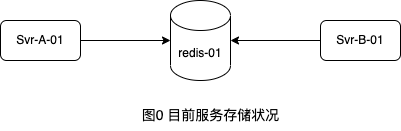
luotian-ola/data-migrate keeps this draw.io diagram as redis/step-00.png. Above is the earlier version. Source tidied: cells renumbered, new cells last; positions are measured from the earlier drawing's top-left corner, leaving out a move shared by most shapes. Its diagram source:
```xml
<mxGraphModel>
  <root>
    <mxCell id="0" />
    <mxCell id="1" parent="0" />
    <mxCell id="2" style="edgeStyle=none;html=1;fontSize=14;" parent="1" edge="1" source="3" target="6">
      <mxGeometry relative="1" as="geometry" />
    </mxCell>
    <mxCell id="3" value="Svr-A-01" style="rounded=1;whiteSpace=wrap;html=1;" parent="1" vertex="1">
      <mxGeometry y="20" width="80" height="40" as="geometry" />
    </mxCell>
    <mxCell id="4" style="edgeStyle=none;html=1;fontSize=14;" parent="1" edge="1" source="5" target="6">
      <mxGeometry relative="1" as="geometry" />
    </mxCell>
    <mxCell id="5" value="Svr-B-01" style="rounded=1;whiteSpace=wrap;html=1;" parent="1" vertex="1">
      <mxGeometry x="320" y="20" width="80" height="40" as="geometry" />
    </mxCell>
    <mxCell id="6" value="redis-01" style="shape=cylinder3;whiteSpace=wrap;html=1;boundedLbl=1;backgroundOutline=1;size=15;" parent="1" vertex="1">
      <mxGeometry x="170" width="60" height="80" as="geometry" />
    </mxCell>
    <mxCell id="7" value="图0 目前服务存储状况" style="text;html=1;align=center;verticalAlign=middle;strokeColor=none;fillColor=none;fontSize=14;" parent="1" vertex="1">
      <mxGeometry x="130" y="100" width="160" height="30" as="geometry" />
    </mxCell>
  </root>
</mxGraphModel>
```
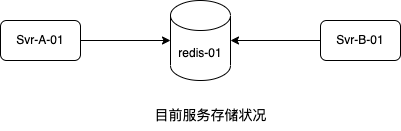
Above is the later version.

Diff of the diagram source:
```diff
@@ -17,8 +17,8 @@
     <mxCell id="6" value="redis-01" style="shape=cylinder3;whiteSpace=wrap;html=1;boundedLbl=1;backgroundOutline=1;size=15;" parent="1" vertex="1">
       <mxGeometry x="170" width="60" height="80" as="geometry" />
     </mxCell>
-    <mxCell id="7" value="图0 目前服务存储状况" style="text;html=1;align=center;verticalAlign=middle;strokeColor=none;fillColor=none;fontSize=14;" parent="1" vertex="1">
-      <mxGeometry x="130" y="100" width="160" height="30" as="geometry" />
+    <mxCell id="7" value="目前服务存储状况" style="text;html=1;align=center;verticalAlign=middle;strokeColor=none;fillColor=none;fontSize=14;" parent="1" vertex="1">
+      <mxGeometry x="140" y="100" width="140" height="30" as="geometry" />
     </mxCell>
   </root>
 </mxGraphModel>
```
